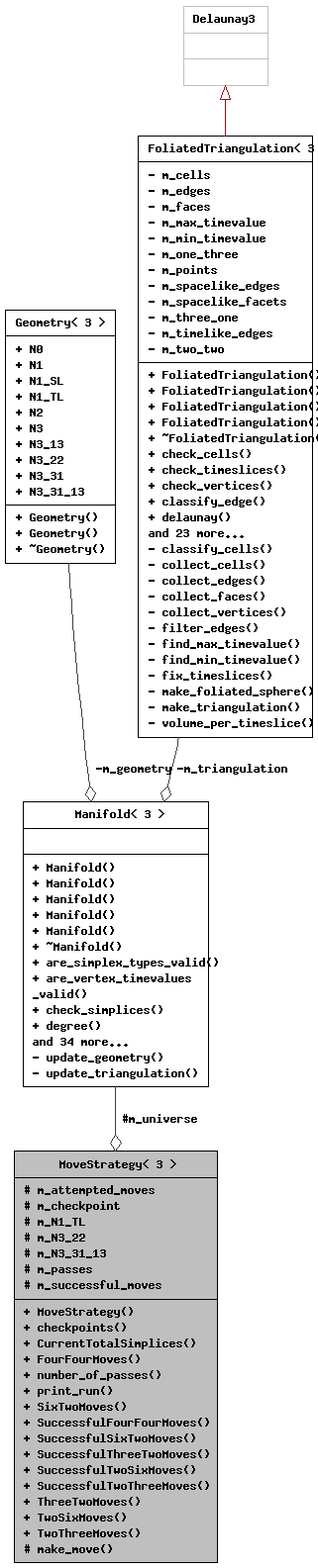
This is class_move_strategy_3_013_01_4__coll__graph.png from acgetchell/CDT-plusplus, a Graphviz export, as it was before one commit. Its source is kept beside it as class_move_strategy_3_013_01_4__coll__graph.dot.
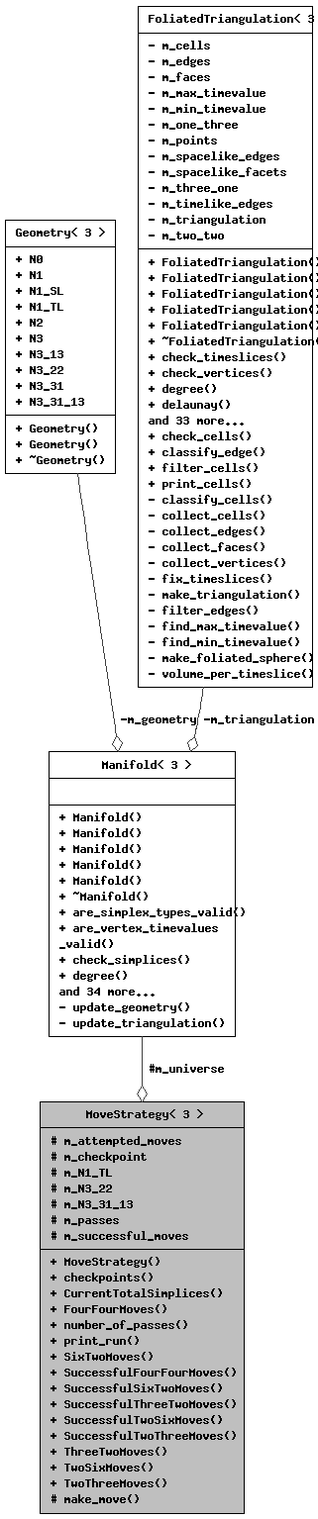
After the change.

The edit, as a diff of the source:
```diff
@@ -8,7 +8,5 @@
   Node3 -> Node2 [color="grey25",fontsize="10",style="solid",label=" -m_geometry" ,arrowhead="odiamond",fontname="Helvetica"];
   Node3 [label="{Geometry\< 3 \>\n|+ N0\l+ N1\l+ N1_SL\l+ N1_TL\l+ N2\l+ N3\l+ N3_13\l+ N3_22\l+ N3_31\l+ N3_31_13\l|+ Geometry()\l+ Geometry()\l+ ~Geometry()\l}",height=0.2,width=0.4,color="black", fillcolor="white", style="filled",URL="$struct_geometry_3_013_01_4.html",tooltip="3D Geometry"];
   Node4 -> Node2 [color="grey25",fontsize="10",style="solid",label=" -m_triangulation" ,arrowhead="odiamond",fontname="Helvetica"];
-  Node4 [label="{FoliatedTriangulation\< 3 \>\n|- m_cells\l- m_edges\l- m_faces\l- m_max_timevalue\l- m_min_timevalue\l- m_one_three\l- m_points\l- m_spacelike_edges\l- m_spacelike_facets\l- m_three_one\l- m_timelike_edges\l- m_two_two\l|+ FoliatedTriangulation()\l+ FoliatedTriangulation()\l+ FoliatedTriangulation()\l+ FoliatedTriangulation()\l+ ~FoliatedTriangulation()\l+ check_cells()\l+ check_timeslices()\l+ check_vertices()\l+ classify_edge()\l+ delaunay()\land 23 more...\l- classify_cells()\l- collect_cells()\l- collect_edges()\l- collect_faces()\l- collect_vertices()\l- filter_edges()\l- find_max_timevalue()\l- find_min_timevalue()\l- fix_timeslices()\l- make_foliated_sphere()\l- make_triangulation()\l- volume_per_timeslice()\l}",height=0.2,width=0.4,color="black", fillcolor="white", style="filled",URL="$class_foliated_triangulation_3_013_01_4.html",tooltip="3D Triangulation"];
-  Node5 -> Node4 [dir="back",color="firebrick4",fontsize="10",style="solid",arrowtail="onormal",fontname="Helvetica"];
-  Node5 [label="{Delaunay3\n||}",height=0.2,width=0.4,color="grey75", fillcolor="white", style="filled",tooltip=" "];
+  Node4 [label="{FoliatedTriangulation\< 3 \>\n|- m_cells\l- m_edges\l- m_faces\l- m_max_timevalue\l- m_min_timevalue\l- m_one_three\l- m_points\l- m_spacelike_edges\l- m_spacelike_facets\l- m_three_one\l- m_timelike_edges\l- m_triangulation\l- m_two_two\l|+ FoliatedTriangulation()\l+ FoliatedTriangulation()\l+ FoliatedTriangulation()\l+ FoliatedTriangulation()\l+ FoliatedTriangulation()\l+ ~FoliatedTriangulation()\l+ check_timeslices()\l+ check_vertices()\l+ degree()\l+ delaunay()\land 33 more...\l+ check_cells()\l+ classify_edge()\l+ filter_cells()\l+ print_cells()\l- classify_cells()\l- collect_cells()\l- collect_edges()\l- collect_faces()\l- collect_vertices()\l- fix_timeslices()\l- make_triangulation()\l- filter_edges()\l- find_max_timevalue()\l- find_min_timevalue()\l- make_foliated_sphere()\l- volume_per_timeslice()\l}",height=0.2,width=0.4,color="black", fillcolor="white", style="filled",URL="$class_foliated_triangulation_3_013_01_4.html",tooltip="3D Triangulation"];
 }
```
